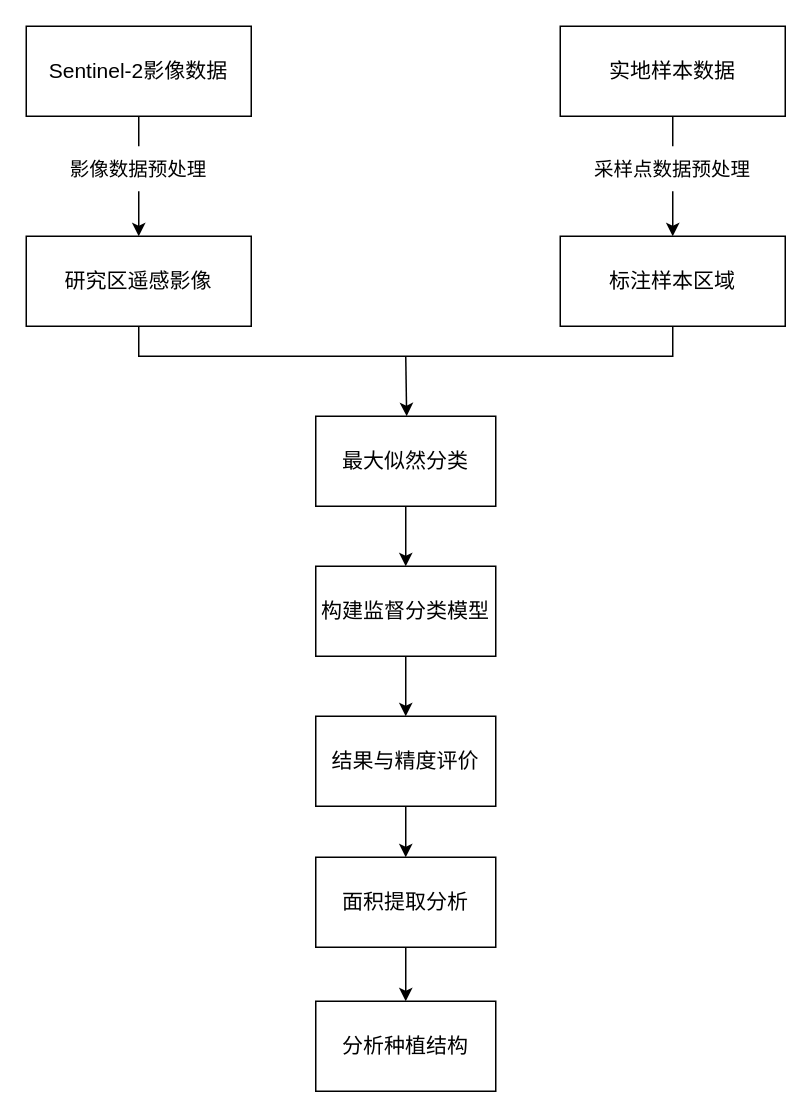
The draw.io diagram 思维导图.drawio in lesmorts/Notes, before the edit. Source tidied: cells renumbered, new cells numbered last; positions are measured from the earlier drawing's top-left corner, leaving out a move shared by most shapes. Both pictures are drawn from the tidied source at 150%, with x=0, y=0 at pixel (26, 26).
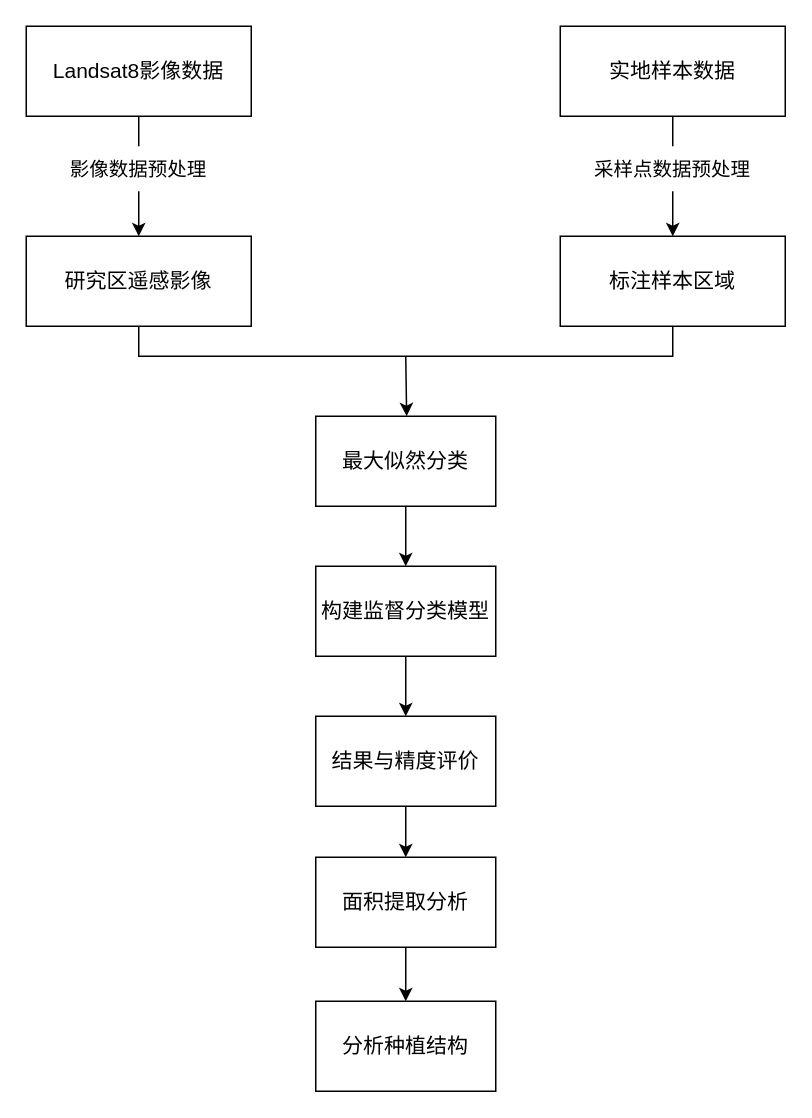
The same diagram, later.

Commit message:
更新思维导图.drawio

What changed in the source:
```diff
@@
-    <mxCell id="3" value="Sentinel-2影像数据" style="rounded=0;whiteSpace=wrap;html=1;fontSize=14;" parent="1" vertex="1">
+    <mxCell id="3" value="Landsat8影像数据" style="rounded=0;whiteSpace=wrap;html=1;fontSize=14;" parent="1" vertex="1">
       <mxGeometry width="150" height="60" as="geometry" />
     </mxCell>
```
